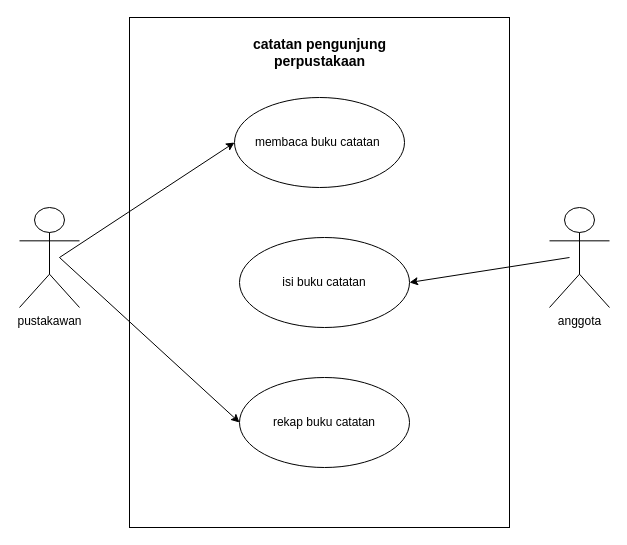
Earlier version of the draw.io diagram Perpus-Digital.drawio (syaimahnisa/Perpus-Digital). Source tidied: cells renumbered, new cells numbered last; positions are measured from the earlier drawing's top-left corner, leaving out a move shared by most shapes. Both pictures are drawn from the tidied source at 100%, with x=0, y=0 at pixel (19, 17).
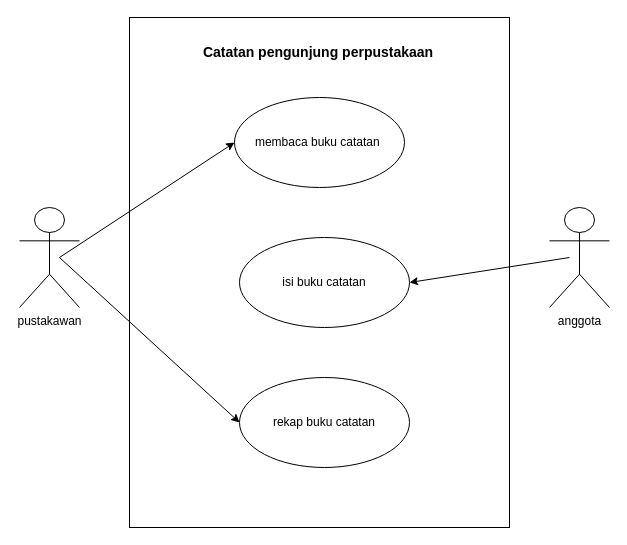
After the change.

What changed in the source:
```diff
@@
 <mxGraphModel>
   <root>
     <mxCell id="0" />
     <mxCell id="1" parent="0" />
     <mxCell id="2" style="rounded=0;whiteSpace=wrap;html=1;" parent="1" vertex="1">
       <mxGeometry x="110" width="380" height="510" as="geometry" />
     </mxCell>
     <mxCell id="3" value="membaca buku catatan&amp;nbsp;" style="ellipse;whiteSpace=wrap;html=1;" parent="1" vertex="1">
       <mxGeometry x="215" y="80" width="170" height="90" as="geometry" />
     </mxCell>
     <mxCell id="4" value="rekap buku catatan" style="ellipse;whiteSpace=wrap;html=1;" parent="1" vertex="1">
       <mxGeometry x="220" y="360" width="170" height="90" as="geometry" />
     </mxCell>
     <mxCell id="5" value="pustakawan" style="shape=umlActor;verticalLabelPosition=bottom;verticalAlign=top;html=1;" parent="1" vertex="1">
       <mxGeometry y="190" width="60" height="100" as="geometry" />
     </mxCell>
     <mxCell id="6" value="anggota" style="shape=umlActor;verticalLabelPosition=bottom;verticalAlign=top;html=1;" parent="1" vertex="1">
       <mxGeometry x="530" y="190" width="60" height="100" as="geometry" />
     </mxCell>
-    <mxCell id="7" value="&lt;b&gt;&lt;font style=&quot;font-size: 14px;&quot;&gt;catatan pengunjung perpustakaan&lt;/font&gt;&lt;/b&gt;" style="text;html=1;strokeColor=none;fillColor=none;align=center;verticalAlign=middle;whiteSpace=wrap;rounded=0;" parent="1" vertex="1">
-      <mxGeometry x="232.5" y="20" width="135" height="30" as="geometry" />
+    <mxCell id="7" value="&lt;b&gt;&lt;font style=&quot;font-size: 14px;&quot;&gt;Catatan pengunjung perpustakaan&lt;/font&gt;&lt;/b&gt;" style="text;html=1;strokeColor=none;fillColor=none;align=center;verticalAlign=middle;whiteSpace=wrap;rounded=0;" parent="1" vertex="1">
+      <mxGeometry x="169.5" y="20" width="257.5" height="30" as="geometry" />
     </mxCell>
     <mxCell id="8" style="endArrow=classic;html=1;rounded=0;entryX=0;entryY=0.5;entryDx=0;entryDy=0;" parent="1" edge="1" target="3">
       <mxGeometry relative="1" as="geometry">
         <mxPoint x="40" y="240" as="sourcePoint" />
       </mxGeometry>
     </mxCell>
     <mxCell id="9" style="endArrow=classic;html=1;rounded=0;" parent="1" edge="1" target="12">
       <mxGeometry relative="1" as="geometry">
         <mxPoint x="300" y="270" as="sourcePoint" />
       </mxGeometry>
     </mxCell>
     <mxCell id="10" style="endArrow=classic;html=1;rounded=0;entryX=0;entryY=0.5;entryDx=0;entryDy=0;" parent="1" edge="1" target="4">
       <mxGeometry relative="1" as="geometry">
         <mxPoint x="40" y="240" as="sourcePoint" />
       </mxGeometry>
     </mxCell>
     <mxCell id="11" style="endArrow=classic;html=1;rounded=0;" parent="1" edge="1" target="12">
       <mxGeometry relative="1" as="geometry">
         <mxPoint x="320" y="260" as="sourcePoint" />
       </mxGeometry>
     </mxCell>
     <mxCell id="12" value="isi buku catatan" style="ellipse;whiteSpace=wrap;html=1;" parent="1" vertex="1">
       <mxGeometry x="220" y="220" width="170" height="90" as="geometry" />
     </mxCell>
     <mxCell id="13" style="endArrow=classic;html=1;rounded=0;entryX=1;entryY=0.5;entryDx=0;entryDy=0;" parent="1" edge="1" target="12">
       <mxGeometry relative="1" as="geometry">
         <mxPoint x="550" y="240" as="sourcePoint" />
       </mxGeometry>
     </mxCell>
   </root>
 </mxGraphModel>
```
